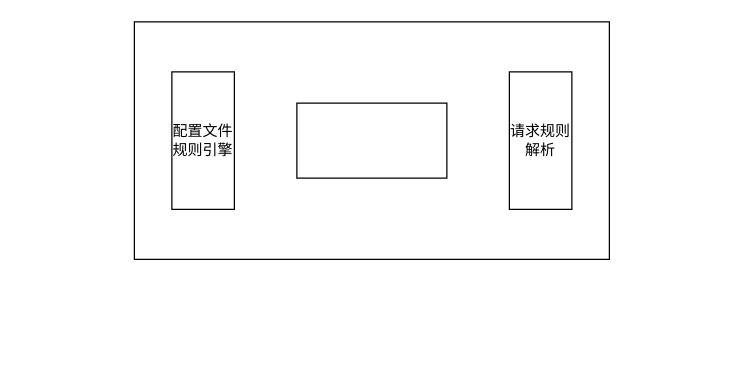
Above: RTA.drawio in LiErhua/draw.io (draw.io), before the change. Source tidied: cells renumbered, new cells numbered last; positions are measured from the earlier drawing's top-left corner, leaving out a move shared by most shapes. Both pictures are drawn from the tidied source at 125%, with x=0, y=0 at pixel (134, 21).
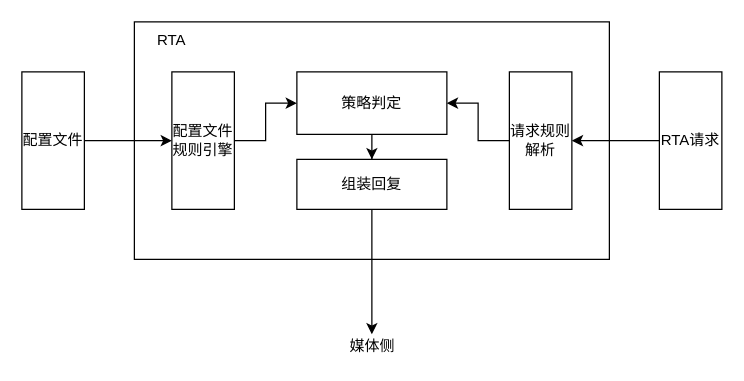
After the change.

What changed in the source:
```diff
@@
 <mxGraphModel>
   <root>
     <mxCell id="0" />
     <mxCell id="1" parent="0" />
     <mxCell id="2" style="rounded=0;whiteSpace=wrap;html=1;" parent="1" vertex="1">
       <mxGeometry width="380" height="190" as="geometry" />
     </mxCell>
+    <mxCell id="6" style="edgeStyle=orthogonalEdgeStyle;rounded=0;jettySize=auto;html=1;" parent="1" edge="1" source="3" target="10">
+      <mxGeometry relative="1" as="geometry" />
+    </mxCell>
-    <mxCell id="3" style="rounded=0;whiteSpace=wrap;html=1;" parent="1" vertex="1">
-      <mxGeometry x="130" y="65" width="120" height="60" as="geometry" />
+    <mxCell id="3" value="策略判定" style="rounded=0;whiteSpace=wrap;html=1;" parent="1" vertex="1">
+      <mxGeometry x="130" y="40" width="120" height="50" as="geometry" />
     </mxCell>
+    <mxCell id="7" style="edgeStyle=orthogonalEdgeStyle;rounded=0;jettySize=auto;html=1;entryX=0;entryY=0.5;entryDx=0;entryDy=0;" parent="1" edge="1" source="4" target="3">
+      <mxGeometry relative="1" as="geometry" />
+    </mxCell>
     <mxCell id="4" value="配置文件规则引擎" style="rounded=0;whiteSpace=wrap;html=1;" parent="1" vertex="1">
       <mxGeometry x="30" y="40" width="50" height="110" as="geometry" />
     </mxCell>
+    <mxCell id="8" style="edgeStyle=orthogonalEdgeStyle;rounded=0;jettySize=auto;html=1;entryX=1;entryY=0.5;entryDx=0;entryDy=0;" parent="1" edge="1" source="5" target="3">
+      <mxGeometry relative="1" as="geometry" />
+    </mxCell>
     <mxCell id="5" value="请求规则解析" style="rounded=0;whiteSpace=wrap;html=1;" parent="1" vertex="1">
       <mxGeometry x="300" y="40" width="50" height="110" as="geometry" />
     </mxCell>
+    <mxCell id="9" style="edgeStyle=orthogonalEdgeStyle;rounded=0;jettySize=auto;html=1;" parent="1" edge="1" source="10">
+      <mxGeometry relative="1" as="geometry">
+        <mxPoint x="190" y="250" as="targetPoint" />
+      </mxGeometry>
+    </mxCell>
+    <mxCell id="10" value="组装回复" style="rounded=0;whiteSpace=wrap;html=1;" parent="1" vertex="1">
+      <mxGeometry x="130" y="110" width="120" height="40" as="geometry" />
+    </mxCell>
+    <mxCell id="11" value="RTA" style="text;html=1;strokeColor=none;fillColor=none;align=center;verticalAlign=middle;whiteSpace=wrap;rounded=0;" parent="1" vertex="1">
+      <mxGeometry width="60" height="30" as="geometry" />
+    </mxCell>
+    <mxCell id="12" style="edgeStyle=orthogonalEdgeStyle;rounded=0;jettySize=auto;html=1;exitX=1;exitY=0.5;exitDx=0;exitDy=0;" parent="1" edge="1" source="13" target="4">
+      <mxGeometry relative="1" as="geometry" />
+    </mxCell>
+    <mxCell id="13" value="配置文件" style="rounded=0;whiteSpace=wrap;html=1;" parent="1" vertex="1">
+      <mxGeometry x="-90" y="40" width="50" height="110" as="geometry" />
+    </mxCell>
+    <mxCell id="14" style="edgeStyle=orthogonalEdgeStyle;rounded=0;jettySize=auto;html=1;entryX=1;entryY=0.5;entryDx=0;entryDy=0;" parent="1" edge="1" source="15" target="5">
+      <mxGeometry relative="1" as="geometry" />
+    </mxCell>
+    <mxCell id="15" value="RTA请求" style="rounded=0;whiteSpace=wrap;html=1;" parent="1" vertex="1">
+      <mxGeometry x="420" y="40" width="50" height="110" as="geometry" />
+    </mxCell>
+    <mxCell id="16" value="媒体侧" style="text;html=1;align=center;verticalAlign=middle;strokeColor=none;fillColor=none;" parent="1" vertex="1">
+      <mxGeometry x="165" y="250" width="50" height="20" as="geometry" />
+    </mxCell>
   </root>
 </mxGraphModel>
```
